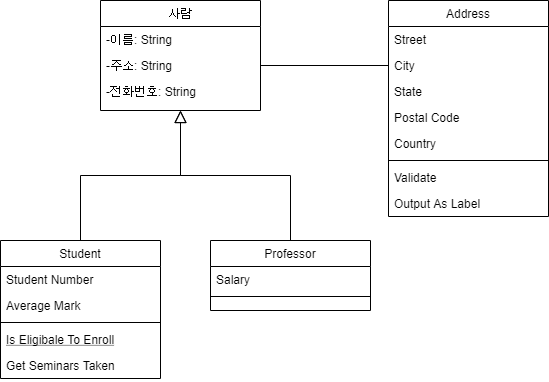
Earlier version of the draw.io export Class Diagram.png (HyeminBaek/Software_engineering_HW). Source tidied: cells renumbered, new cells last; positions are measured from the earlier drawing's top-left corner, leaving out a move shared by most shapes.
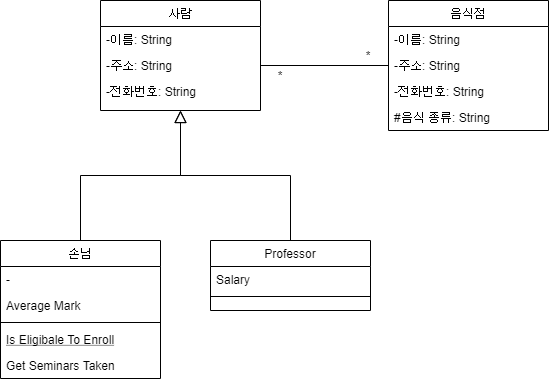
The same diagram one commit later.

Diff of the diagram source:
```diff
@@ -14,10 +14,10 @@
     <mxCell id="5" value="-전화번호: String" style="text;align=left;verticalAlign=top;spacingLeft=4;spacingRight=4;overflow=hidden;rounded=0;shadow=0;html=0;" parent="2" vertex="1">
       <mxGeometry y="78" width="160" height="26" as="geometry" />
     </mxCell>
-    <mxCell id="6" value="Student" style="swimlane;fontStyle=0;align=center;verticalAlign=top;horizontal=1;startSize=26;rounded=0;shadow=0;strokeWidth=1;" parent="1" vertex="1">
+    <mxCell id="6" value="손님" style="swimlane;fontStyle=0;align=center;verticalAlign=top;horizontal=1;startSize=26;rounded=0;shadow=0;strokeWidth=1;" parent="1" vertex="1">
       <mxGeometry y="240" width="160" height="138" as="geometry" />
     </mxCell>
-    <mxCell id="7" value="Student Number" style="text;align=left;verticalAlign=top;spacingLeft=4;spacingRight=4;overflow=hidden;" parent="6" vertex="1">
+    <mxCell id="7" value="-" style="text;align=left;verticalAlign=top;spacingLeft=4;spacingRight=4;overflow=hidden;" parent="6" vertex="1">
       <mxGeometry y="26" width="160" height="26" as="geometry" />
     </mxCell>
     <mxCell id="8" value="Average Mark" style="text;align=left;verticalAlign=top;spacingLeft=4;spacingRight=4;overflow=hidden;rounded=0;shadow=0;html=0;" parent="6" vertex="1">
@@ -47,35 +47,29 @@
     <mxCell id="16" style="endArrow=block;endSize=10;endFill=0;shadow=0;strokeWidth=1;rounded=0;edgeStyle=elbowEdgeStyle;elbow=vertical;" parent="1" edge="1" source="13" target="2">
       <mxGeometry relative="1" as="geometry" />
     </mxCell>
-    <mxCell id="17" value="Address" style="swimlane;fontStyle=0;align=center;verticalAlign=top;horizontal=1;startSize=26;rounded=0;shadow=0;strokeWidth=1;" parent="1" vertex="1">
-      <mxGeometry x="388" width="160" height="216" as="geometry" />
+    <mxCell id="17" value="음식점" style="swimlane;fontStyle=0;align=center;verticalAlign=top;horizontal=1;startSize=26;rounded=0;shadow=0;strokeWidth=1;" parent="1" vertex="1">
+      <mxGeometry x="388" width="160" height="130" as="geometry" />
     </mxCell>
-    <mxCell id="18" value="Street" style="text;align=left;verticalAlign=top;spacingLeft=4;spacingRight=4;overflow=hidden;" parent="17" vertex="1">
+    <mxCell id="18" value="-이름: String" style="text;align=left;verticalAlign=top;spacingLeft=4;spacingRight=4;overflow=hidden;" parent="17" vertex="1">
       <mxGeometry y="26" width="160" height="26" as="geometry" />
     </mxCell>
-    <mxCell id="19" value="City" style="text;align=left;verticalAlign=top;spacingLeft=4;spacingRight=4;overflow=hidden;points=[[0,0.5],[1,0.5]];portConstraint=eastwest;rounded=0;shadow=0;html=0;" parent="17" vertex="1">
+    <mxCell id="19" value="-주소: String" style="text;align=left;verticalAlign=top;spacingLeft=4;spacingRight=4;overflow=hidden;points=[[0,0.5],[1,0.5]];portConstraint=eastwest;rounded=0;shadow=0;html=0;" parent="17" vertex="1">
       <mxGeometry y="52" width="160" height="26" as="geometry" />
     </mxCell>
-    <mxCell id="20" value="State" style="text;align=left;verticalAlign=top;spacingLeft=4;spacingRight=4;overflow=hidden;rounded=0;shadow=0;html=0;" parent="17" vertex="1">
+    <mxCell id="20" value="-전화번호: String" style="text;align=left;verticalAlign=top;spacingLeft=4;spacingRight=4;overflow=hidden;rounded=0;shadow=0;html=0;" parent="17" vertex="1">
       <mxGeometry y="78" width="160" height="26" as="geometry" />
     </mxCell>
-    <mxCell id="21" value="Postal Code" style="text;align=left;verticalAlign=top;spacingLeft=4;spacingRight=4;overflow=hidden;rounded=0;shadow=0;html=0;" parent="17" vertex="1">
+    <mxCell id="21" value="#음식 종류: String" style="text;align=left;verticalAlign=top;spacingLeft=4;spacingRight=4;overflow=hidden;rounded=0;shadow=0;html=0;" parent="17" vertex="1">
       <mxGeometry y="104" width="160" height="26" as="geometry" />
     </mxCell>
-    <mxCell id="22" value="Country" style="text;align=left;verticalAlign=top;spacingLeft=4;spacingRight=4;overflow=hidden;rounded=0;shadow=0;html=0;" parent="17" vertex="1">
-      <mxGeometry y="130" width="160" height="26" as="geometry" />
-    </mxCell>
-    <mxCell id="23" style="line;html=1;strokeWidth=1;align=left;verticalAlign=middle;spacingTop=-1;spacingLeft=3;spacingRight=3;labelPosition=right;" parent="17" vertex="1">
-      <mxGeometry y="156" width="160" height="8" as="geometry" />
-    </mxCell>
-    <mxCell id="24" value="Validate" style="text;align=left;verticalAlign=top;spacingLeft=4;spacingRight=4;overflow=hidden;" parent="17" vertex="1">
-      <mxGeometry y="164" width="160" height="26" as="geometry" />
-    </mxCell>
-    <mxCell id="25" value="Output As Label" style="text;align=left;verticalAlign=top;spacingLeft=4;spacingRight=4;overflow=hidden;" parent="17" vertex="1">
-      <mxGeometry y="190" width="160" height="26" as="geometry" />
-    </mxCell>
     <mxCell id="26" style="endArrow=none;html=1;exitX=1;exitY=0.5;exitDx=0;exitDy=0;entryX=0;entryY=0.5;entryDx=0;entryDy=0;" parent="1" edge="1" source="4" target="19">
       <mxGeometry relative="1" as="geometry" />
     </mxCell>
+    <mxCell id="27" value="*" style="text;html=1;strokeColor=none;fillColor=none;align=center;verticalAlign=middle;whiteSpace=wrap;rounded=0;" parent="1" vertex="1">
+      <mxGeometry x="348" y="45" width="40" height="20" as="geometry" />
+    </mxCell>
+    <mxCell id="28" value="*" style="text;html=1;strokeColor=none;fillColor=none;align=center;verticalAlign=middle;whiteSpace=wrap;rounded=0;" parent="1" vertex="1">
+      <mxGeometry x="260" y="65" width="40" height="20" as="geometry" />
+    </mxCell>
   </root>
 </mxGraphModel>
```
